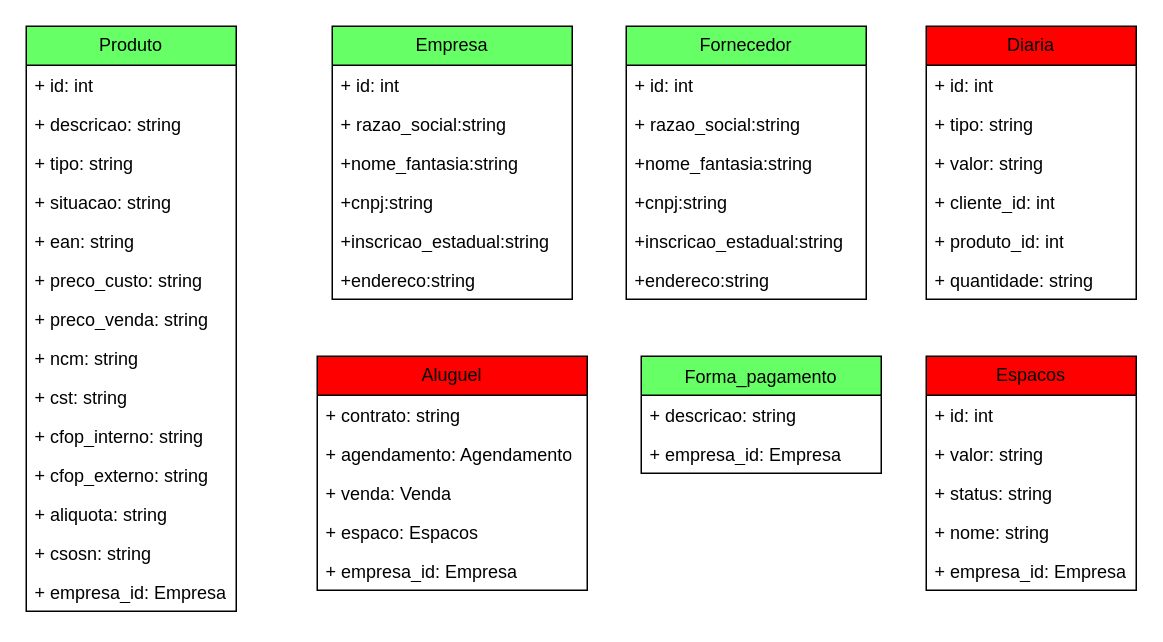
Before: page "Lago" (3 of 4) of Tabelas.drawio in FSOFTSistemas/lago_sao_francisco, a draw.io diagram. Source tidied: cells renumbered, new cells numbered last; positions are measured from the earlier drawing's top-left corner, leaving out a move shared by most shapes. Both pictures are drawn from the tidied source at 150%, with x=0, y=0 at pixel (26, 26).
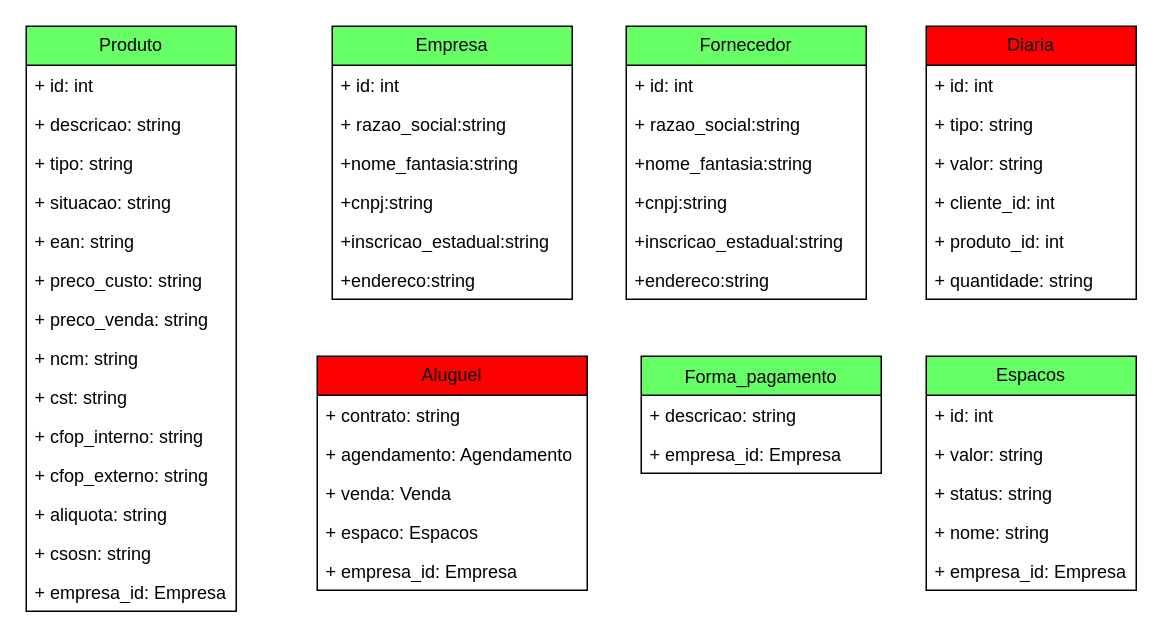
The same diagram, later.

Change to the diagram source:
```diff
@@
-    <mxCell id="8" value="Espacos" style="swimlane;fontStyle=0;horizontal=1;startSize=26;fillColor=#FF0000;whiteSpace=wrap;html=1;" parent="1" vertex="1">
+    <mxCell id="8" value="Espacos" style="swimlane;fontStyle=0;horizontal=1;startSize=26;fillColor=#66FF66;whiteSpace=wrap;html=1;" parent="1" vertex="1">
       <mxGeometry x="600" y="220" width="140" height="156" as="geometry" />
     </mxCell>
```
